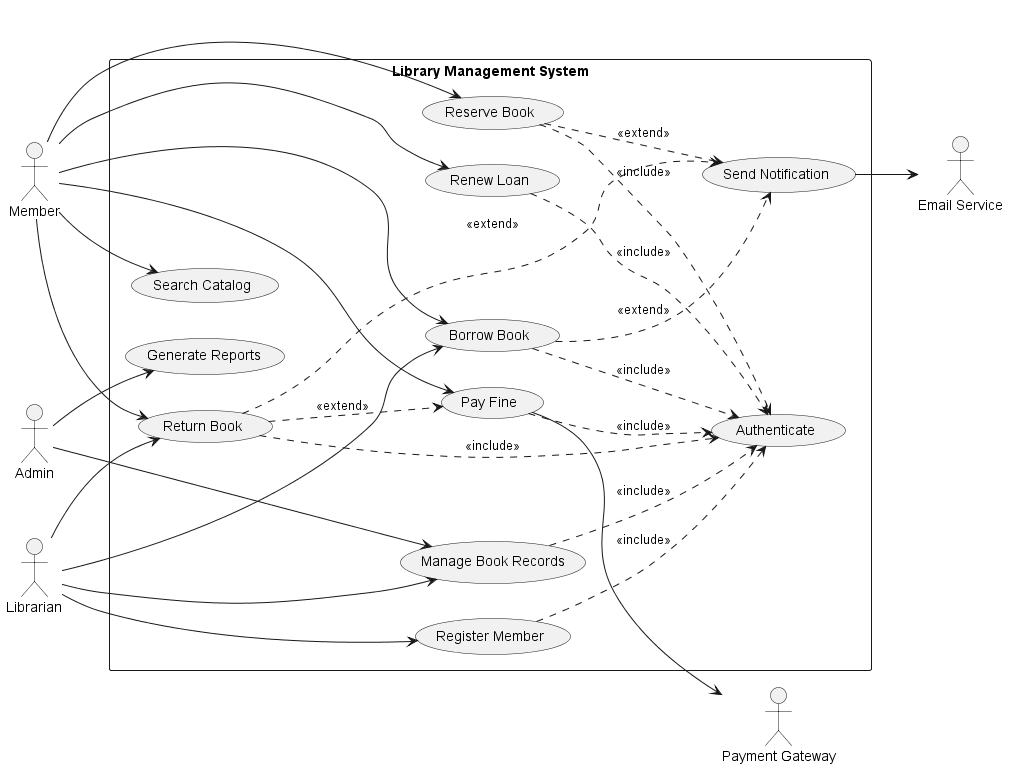
This is docs/images/use_case.png from HashimZuraiqi/Software-Eng.-Project-UNTITLED, a PlantUML export, as it was before one commit.
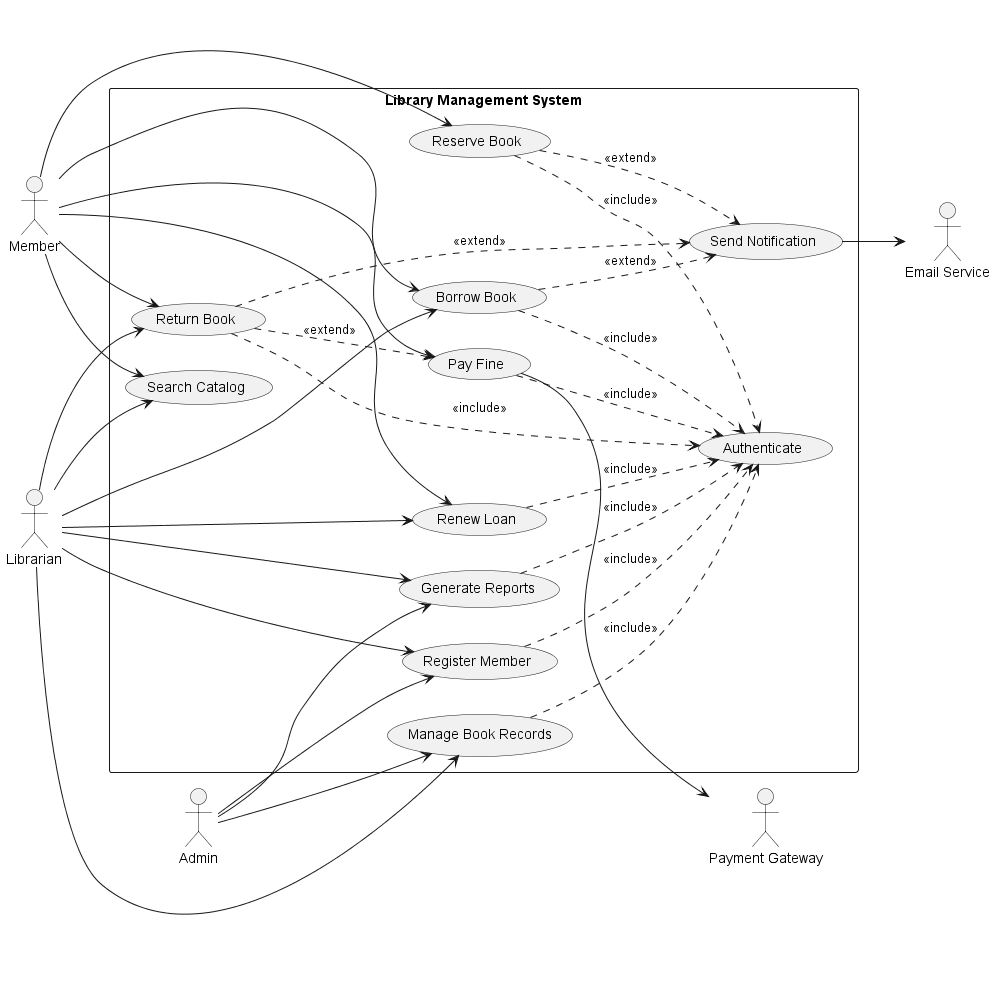
After the commit.

Commit message:
Update use_case and c4_l2_container PNG exports

Re-exported after fixing missing actor/use-case links and adding
ISBN Lookup Service to the container diagram.

Change to the diagram source:
```diff
@@ -33,9 +33,13 @@
 Librarian --> UC8
 Librarian --> UC2
 Librarian --> UC3
+Librarian --> UC1
+Librarian --> UC5
+Librarian --> UC9
 
 Admin --> UC9
 Admin --> UC7
+Admin --> UC8
 
 UC2 ..> UC_Auth : <<include>>
 UC3 ..> UC_Auth : <<include>>
@@ -45,6 +49,7 @@
 
 UC7 ..> UC_Auth : <<include>>
 UC8 ..> UC_Auth : <<include>>
+UC9 ..> UC_Auth : <<include>>
 
 UC3 ..> UC6 : <<extend>>
 
```
